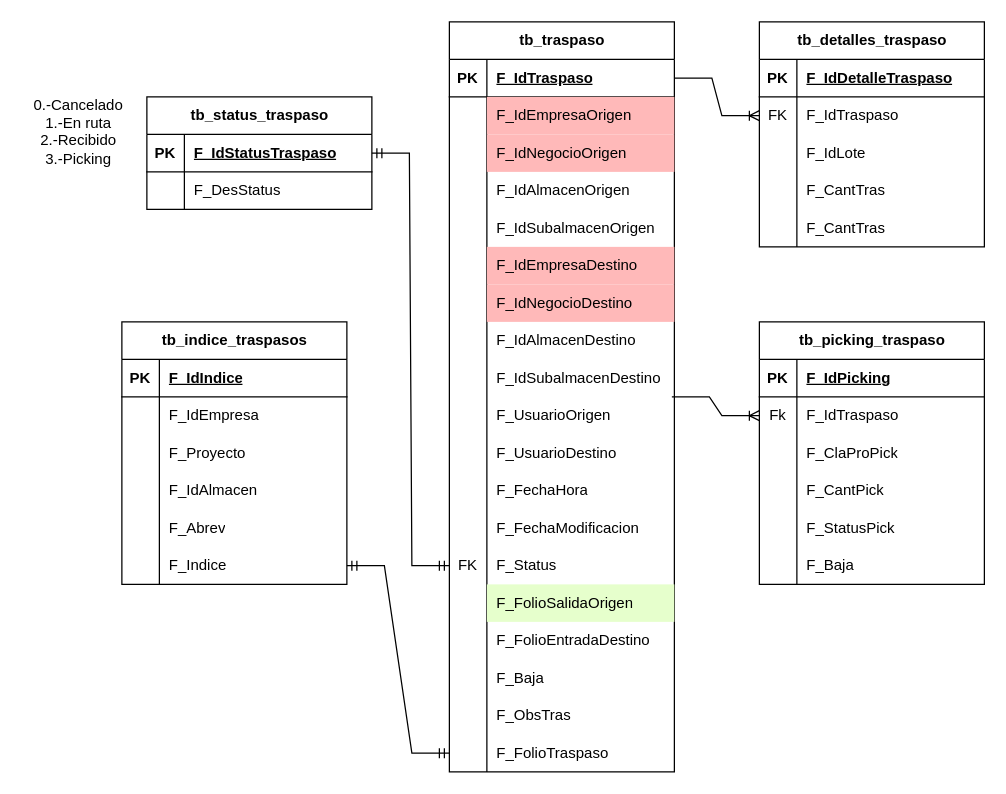
ErnestoDanielTafoyaMolinaCYM/clases-cat-cym keeps this draw.io diagram as TablaTraspasos.drawio. Above is the earlier version. Source tidied: cells renumbered, new cells numbered last; positions are measured from the earlier drawing's top-left corner, leaving out a move shared by most shapes. Both pictures are drawn from the tidied source at 125%, with x=0, y=0 at pixel (21, 21).
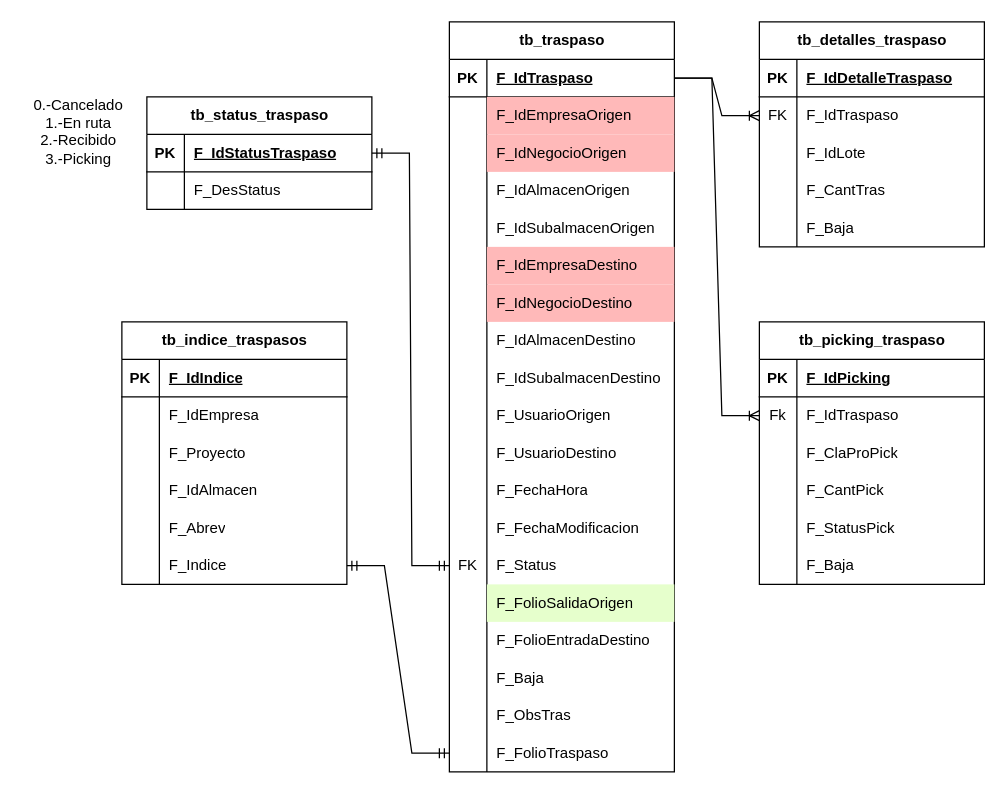
After the change.

Unchanged cells that the change refers to:
```xml
<mxCell id="3" style="shape=tableRow;horizontal=0;startSize=0;swimlaneHead=0;swimlaneBody=0;fillColor=none;points=[[0,0.5],[1,0.5]];portConstraint=eastwest;top=0;left=0;right=0;bottom=1;" parent="2" vertex="1">
  <mxGeometry y="30" width="180" height="30" as="geometry" />
</mxCell>
<mxCell id="73" style="shape=tableRow;horizontal=0;startSize=0;swimlaneHead=0;swimlaneBody=0;fillColor=none;top=0;left=0;right=0;bottom=0;" parent="60" vertex="1">
  <mxGeometry y="150" width="180" height="30" as="geometry" />
</mxCell>
<mxCell id="109" style="shape=tableRow;horizontal=0;startSize=0;swimlaneHead=0;swimlaneBody=0;fillColor=none;points=[[0,0.5],[1,0.5]];portConstraint=eastwest;top=0;left=0;right=0;bottom=0;" parent="105" vertex="1">
  <mxGeometry y="60" width="180" height="30" as="geometry" />
</mxCell>
```

Diff of the diagram source:
```diff
@@
-    <mxCell id="75" value="F_CantTras" style="shape=partialRectangle;fillColor=none;top=0;left=0;bottom=0;right=0;align=left;spacingLeft=6;overflow=hidden;whiteSpace=wrap;html=1;" parent="73" vertex="1">
+    <mxCell id="75" value="F_Baja" style="shape=partialRectangle;fillColor=none;top=0;left=0;bottom=0;right=0;align=left;spacingLeft=6;overflow=hidden;whiteSpace=wrap;html=1;" parent="73" vertex="1">
       <mxGeometry x="30" width="150" height="30" as="geometry" />
     </mxCell>
@@
-    <mxCell id="125" style="edgeStyle=entityRelationEdgeStyle;fontSize=12;html=1;endArrow=ERoneToMany;rounded=0;entryX=0;entryY=0.5;entryDx=0;entryDy=0;" parent="1" edge="1" target="109">
-      <mxGeometry relative="1" as="geometry">
-        <mxPoint x="520" y="300" as="sourcePoint" />
-      </mxGeometry>
+    <mxCell id="125" style="edgeStyle=entityRelationEdgeStyle;fontSize=12;html=1;endArrow=ERoneToMany;rounded=0;entryX=0;entryY=0.5;entryDx=0;entryDy=0;exitX=1;exitY=0.5;exitDx=0;exitDy=0;" parent="1" edge="1" source="3" target="109">
+      <mxGeometry relative="1" as="geometry" />
     </mxCell>
```
